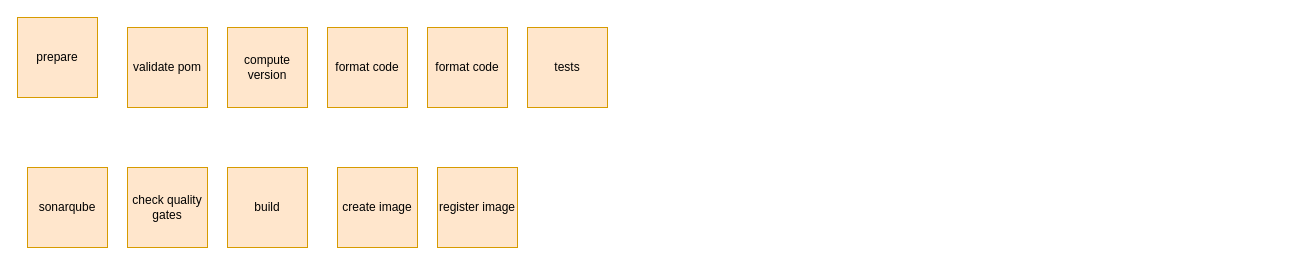
Before: pipeline/Untitled Diagram.drawio in guerricm/diagrams, a draw.io diagram. Source tidied: cells renumbered, new cells numbered last; positions are measured from the earlier drawing's top-left corner, leaving out a move shared by most shapes. Both pictures are drawn from the tidied source at 100%, with x=0, y=0 at pixel (17, 17).
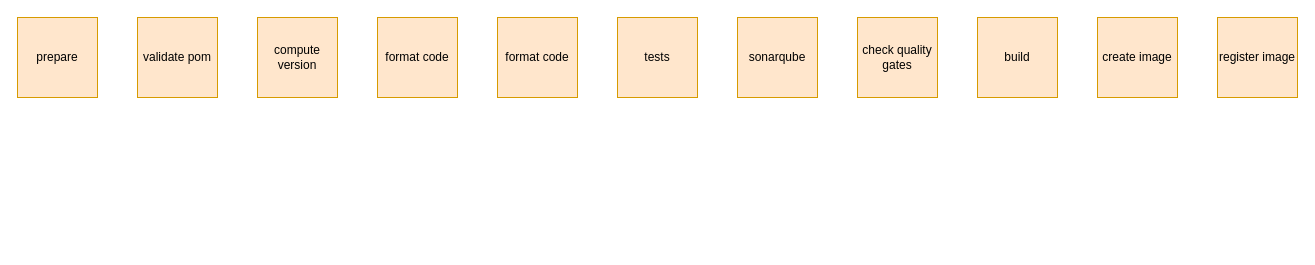
After the change.

The edit, as a diff of the source:
```diff
@@
 <mxGraphModel>
   <root>
     <mxCell id="0" />
     <mxCell id="1" parent="0" />
     <mxCell id="2" value="prepare" style="whiteSpace=wrap;html=1;fillColor=#ffe6cc;strokeColor=#d79b00;" parent="1" vertex="1">
       <mxGeometry width="80" height="80" as="geometry" />
     </mxCell>
     <mxCell id="3" value="validate pom" style="whiteSpace=wrap;html=1;fillColor=#ffe6cc;strokeColor=#d79b00;" parent="1" vertex="1">
-      <mxGeometry x="110" y="10" width="80" height="80" as="geometry" />
+      <mxGeometry x="120" width="80" height="80" as="geometry" />
     </mxCell>
     <mxCell id="4" value="compute version" style="whiteSpace=wrap;html=1;fillColor=#ffe6cc;strokeColor=#d79b00;" parent="1" vertex="1">
-      <mxGeometry x="210" y="10" width="80" height="80" as="geometry" />
+      <mxGeometry x="240" width="80" height="80" as="geometry" />
     </mxCell>
     <mxCell id="5" value="format code" style="whiteSpace=wrap;html=1;fillColor=#ffe6cc;strokeColor=#d79b00;" parent="1" vertex="1">
-      <mxGeometry x="310" y="10" width="80" height="80" as="geometry" />
+      <mxGeometry x="360" width="80" height="80" as="geometry" />
     </mxCell>
     <mxCell id="6" value="format code" style="whiteSpace=wrap;html=1;fillColor=#ffe6cc;strokeColor=#d79b00;" parent="1" vertex="1">
-      <mxGeometry x="410" y="10" width="80" height="80" as="geometry" />
+      <mxGeometry x="480" width="80" height="80" as="geometry" />
     </mxCell>
     <mxCell id="7" value="tests" style="whiteSpace=wrap;html=1;fillColor=#ffe6cc;strokeColor=#d79b00;" parent="1" vertex="1">
-      <mxGeometry x="510" y="10" width="80" height="80" as="geometry" />
+      <mxGeometry x="600" width="80" height="80" as="geometry" />
     </mxCell>
     <mxCell id="8" value="sonarqube" style="whiteSpace=wrap;html=1;fillColor=#ffe6cc;strokeColor=#d79b00;" parent="1" vertex="1">
-      <mxGeometry x="10" y="150" width="80" height="80" as="geometry" />
+      <mxGeometry x="720" width="80" height="80" as="geometry" />
     </mxCell>
     <mxCell id="9" value="check quality gates" style="whiteSpace=wrap;html=1;fillColor=#ffe6cc;strokeColor=#d79b00;" parent="1" vertex="1">
-      <mxGeometry x="110" y="150" width="80" height="80" as="geometry" />
+      <mxGeometry x="840" width="80" height="80" as="geometry" />
     </mxCell>
     <mxCell id="10" value="build" style="whiteSpace=wrap;html=1;fillColor=#ffe6cc;strokeColor=#d79b00;" parent="1" vertex="1">
-      <mxGeometry x="210" y="150" width="80" height="80" as="geometry" />
+      <mxGeometry x="960" width="80" height="80" as="geometry" />
     </mxCell>
     <mxCell id="11" value="create image" style="whiteSpace=wrap;html=1;fillColor=#ffe6cc;strokeColor=#d79b00;" parent="1" vertex="1">
-      <mxGeometry x="320" y="150" width="80" height="80" as="geometry" />
+      <mxGeometry x="1080" width="80" height="80" as="geometry" />
     </mxCell>
-    <mxCell id="12" value="register image" style="whiteSpace=wrap;html=1;fillColor=#ffe6cc;strokeColor=#d79b00;" parent="1" vertex="1">
-      <mxGeometry x="420" y="150" width="80" height="80" as="geometry" />
+    <mxCell id="12" value="register image" style="whiteSpace=wrap;html=1;fillColor=#ffe6cc;strokeColor=#d79b00;glass=0;" parent="1" vertex="1">
+      <mxGeometry x="1200" width="80" height="80" as="geometry" />
     </mxCell>
   </root>
 </mxGraphModel>
```
